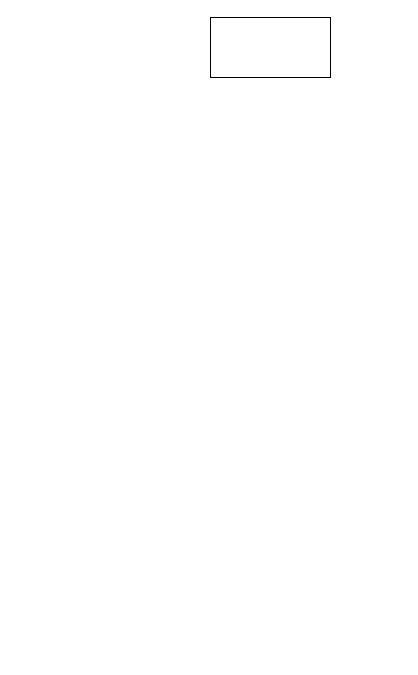
Earlier version of the draw.io diagram diagramme_activite.drawio (TomDubois12/SAE_BUT3_BIBLIOGRAPHIE). Source tidied: cells renumbered, new cells numbered last; positions are measured from the earlier drawing's top-left corner, leaving out a move shared by most shapes. Both pictures are drawn from the tidied source at 100%, with x=0, y=0 at pixel (210, 17).
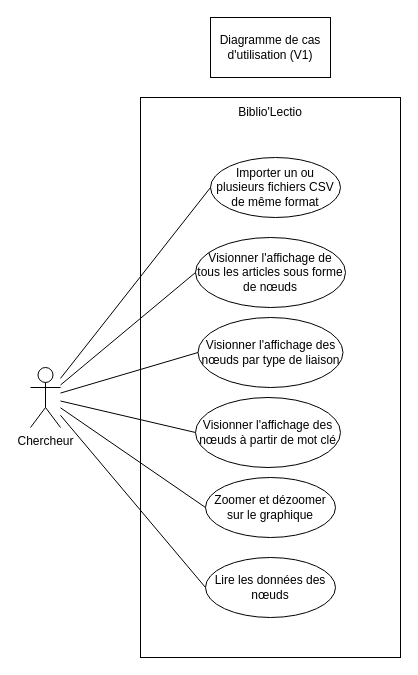
After the change.

Change to the diagram source:
```diff
@@
 <mxGraphModel>
   <root>
     <mxCell id="0" />
     <mxCell id="1" parent="0" />
-    <mxCell id="2" style="rounded=0;whiteSpace=wrap;html=1;" parent="1" vertex="1">
+    <mxCell id="2" value="Diagramme de cas d'utilisation (V1)" style="rounded=0;whiteSpace=wrap;html=1;" parent="1" vertex="1">
       <mxGeometry width="120" height="60" as="geometry" />
     </mxCell>
+    <mxCell id="3" value="Chercheur" style="shape=umlActor;verticalLabelPosition=bottom;verticalAlign=top;html=1;outlineConnect=0;" parent="1" vertex="1">
+      <mxGeometry x="-180" y="350" width="30" height="60" as="geometry" />
+    </mxCell>
+    <mxCell id="4" style="rounded=0;whiteSpace=wrap;html=1;" parent="1" vertex="1">
+      <mxGeometry x="-70" y="80" width="260" height="560" as="geometry" />
+    </mxCell>
+    <mxCell id="5" value="Biblio'Lectio" style="text;html=1;align=center;verticalAlign=middle;whiteSpace=wrap;rounded=0;" parent="1" vertex="1">
+      <mxGeometry x="30" y="80" width="60" height="30" as="geometry" />
+    </mxCell>
+    <mxCell id="6" value="Importer un ou plusieurs fichiers CSV de même format" style="ellipse;whiteSpace=wrap;html=1;" parent="1" vertex="1">
+      <mxGeometry y="140" width="130" height="60" as="geometry" />
+    </mxCell>
+    <mxCell id="7" value="&lt;font style=&quot;font-size: 12px;&quot;&gt;Visionner l'affichage de tous les articles sous forme de nœuds&lt;/font&gt;" style="ellipse;whiteSpace=wrap;html=1;" parent="1" vertex="1">
+      <mxGeometry x="-15" y="220" width="150" height="70" as="geometry" />
+    </mxCell>
+    <mxCell id="8" value="Visionner l'affichage des nœuds par type de liaison" style="ellipse;whiteSpace=wrap;html=1;" parent="1" vertex="1">
+      <mxGeometry x="-12.5" y="300" width="145" height="70" as="geometry" />
+    </mxCell>
+    <mxCell id="9" value="Zoomer et dézoomer sur le graphique" style="ellipse;whiteSpace=wrap;html=1;" parent="1" vertex="1">
+      <mxGeometry x="-5" y="460" width="130" height="60" as="geometry" />
+    </mxCell>
+    <mxCell id="10" value="&lt;font style=&quot;font-size: 12px;&quot;&gt;Visionner l'affichage des nœuds à partir de mot clé&lt;/font&gt;" style="ellipse;whiteSpace=wrap;html=1;" parent="1" vertex="1">
+      <mxGeometry x="-15" y="380" width="145" height="70" as="geometry" />
+    </mxCell>
+    <mxCell id="11" style="endArrow=none;html=1;rounded=0;entryX=0;entryY=0.5;entryDx=0;entryDy=0;" parent="1" edge="1" source="3" target="6">
+      <mxGeometry relative="1" as="geometry" />
+    </mxCell>
+    <mxCell id="12" style="endArrow=none;html=1;rounded=0;entryX=0;entryY=0.5;entryDx=0;entryDy=0;" parent="1" edge="1" source="3" target="7">
+      <mxGeometry relative="1" as="geometry" />
+    </mxCell>
+    <mxCell id="13" style="endArrow=none;html=1;rounded=0;entryX=0;entryY=0.5;entryDx=0;entryDy=0;" parent="1" edge="1" source="3" target="8">
+      <mxGeometry relative="1" as="geometry" />
+    </mxCell>
+    <mxCell id="14" style="endArrow=none;html=1;rounded=0;entryX=0;entryY=0.5;entryDx=0;entryDy=0;" parent="1" edge="1" source="3" target="10">
+      <mxGeometry relative="1" as="geometry" />
+    </mxCell>
+    <mxCell id="15" style="endArrow=none;html=1;rounded=0;entryX=0;entryY=0.5;entryDx=0;entryDy=0;" parent="1" edge="1" source="3" target="9">
+      <mxGeometry relative="1" as="geometry" />
+    </mxCell>
+    <mxCell id="16" value="Lire les données des &lt;font style=&quot;font-size: 12px;&quot;&gt;nœuds&lt;/font&gt;" style="ellipse;whiteSpace=wrap;html=1;" parent="1" vertex="1">
+      <mxGeometry x="-5" y="540" width="130" height="60" as="geometry" />
+    </mxCell>
+    <mxCell id="17" style="endArrow=none;html=1;rounded=0;entryX=0;entryY=0.5;entryDx=0;entryDy=0;" parent="1" edge="1" source="3" target="16">
+      <mxGeometry relative="1" as="geometry" />
+    </mxCell>
   </root>
 </mxGraphModel>
```
